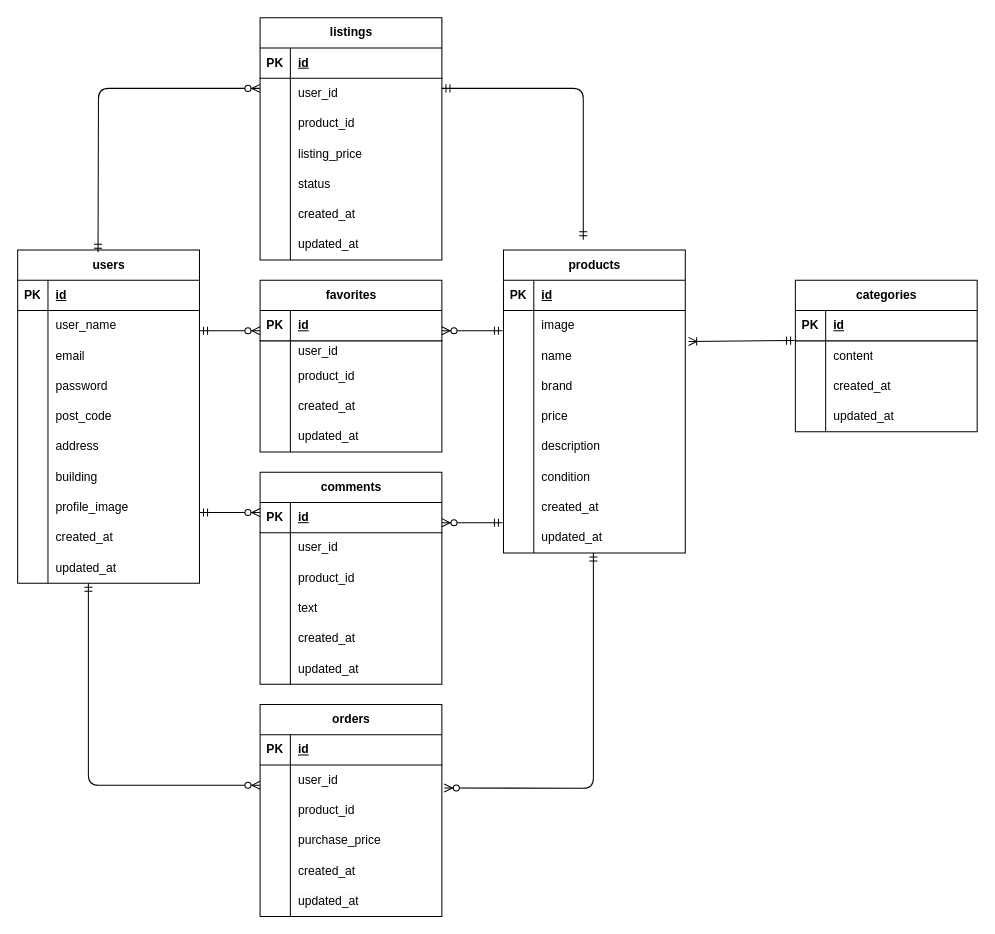
Above: er.drawio in sa-0117/flea-market-app (draw.io), before the change. Source tidied: cells renumbered, new cells numbered last; positions are measured from the earlier drawing's top-left corner, leaving out a move shared by most shapes. Both pictures are drawn from the tidied source at 101%, with x=0, y=0 at pixel (17, 17).
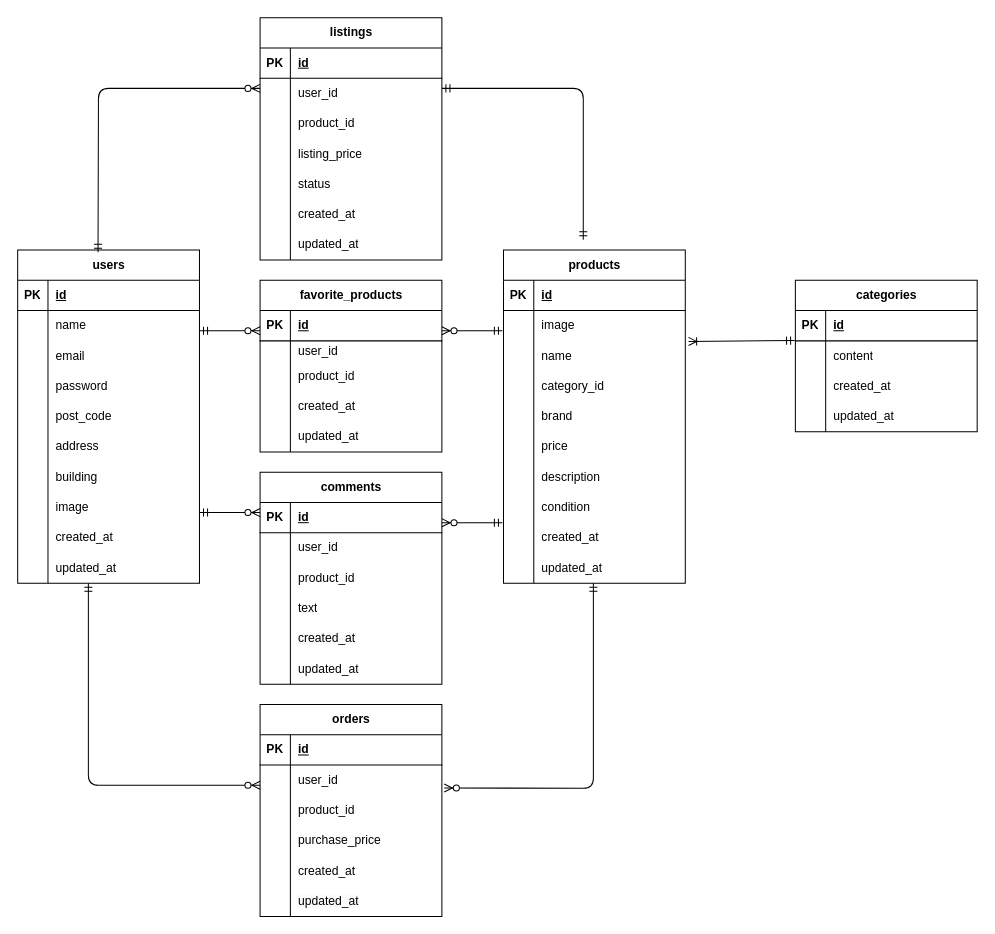
Above is the later version.

The change refers to these unchanged cells:
```xml
<mxCell id="6" style="shape=tableRow;horizontal=0;startSize=0;swimlaneHead=0;swimlaneBody=0;fillColor=none;top=0;left=0;right=0;bottom=0;" parent="2" vertex="1">
  <mxGeometry y="60" width="180" height="30" as="geometry" />
</mxCell>
<mxCell id="24" style="shape=tableRow;horizontal=0;startSize=0;swimlaneHead=0;swimlaneBody=0;fillColor=none;top=0;left=0;right=0;bottom=0;" parent="2" vertex="1">
  <mxGeometry y="240" width="180" height="30" as="geometry" />
</mxCell>
<mxCell id="43" style="shape=tableRow;horizontal=0;startSize=0;swimlaneHead=0;swimlaneBody=0;fillColor=none;top=0;left=0;right=0;bottom=0;" parent="33" vertex="1">
  <mxGeometry y="120" width="180" height="30" as="geometry" />
</mxCell>
<mxCell id="46" style="shape=tableRow;horizontal=0;startSize=0;swimlaneHead=0;swimlaneBody=0;fillColor=none;top=0;left=0;right=0;bottom=0;" parent="33" vertex="1">
  <mxGeometry y="150" width="180" height="30" as="geometry" />
</mxCell>
<mxCell id="49" style="shape=tableRow;horizontal=0;startSize=0;swimlaneHead=0;swimlaneBody=0;fillColor=none;top=0;left=0;right=0;bottom=0;" parent="33" vertex="1">
  <mxGeometry y="180" width="180" height="30" as="geometry" />
</mxCell>
<mxCell id="52" style="shape=tableRow;horizontal=0;startSize=0;swimlaneHead=0;swimlaneBody=0;fillColor=none;top=0;left=0;right=0;bottom=0;" parent="33" vertex="1">
  <mxGeometry y="210" width="180" height="30" as="geometry" />
</mxCell>
<mxCell id="55" style="shape=tableRow;horizontal=0;startSize=0;swimlaneHead=0;swimlaneBody=0;fillColor=none;top=0;left=0;right=0;bottom=0;" parent="33" vertex="1">
  <mxGeometry y="240" width="180" height="30" as="geometry" />
</mxCell>
<mxCell id="58" style="shape=tableRow;horizontal=0;startSize=0;swimlaneHead=0;swimlaneBody=0;fillColor=none;top=0;left=0;right=0;bottom=0;" parent="33" vertex="1">
  <mxGeometry y="270" width="180" height="30" as="geometry" />
</mxCell>
<mxCell id="65" style="shape=tableRow;horizontal=0;startSize=0;swimlaneHead=0;swimlaneBody=0;fillColor=none;points=[[0,0.5],[1,0.5]];portConstraint=eastwest;top=0;left=0;right=0;bottom=0;" parent="61" vertex="1">
  <mxGeometry y="60" width="180" height="30" as="geometry" />
</mxCell>
<mxCell id="68" style="shape=tableRow;horizontal=0;startSize=0;swimlaneHead=0;swimlaneBody=0;fillColor=none;top=0;left=0;right=0;bottom=0;" parent="61" vertex="1">
  <mxGeometry y="90" width="180" height="30" as="geometry" />
</mxCell>
<mxCell id="138" style="shape=tableRow;horizontal=0;startSize=0;swimlaneHead=0;swimlaneBody=0;fillColor=none;top=0;left=0;right=0;bottom=0;" parent="131" vertex="1">
  <mxGeometry y="90" width="180" height="30" as="geometry" />
</mxCell>
```

The edit, as a diff of the source:
```diff
@@
-    <mxCell id="8" value="user_name" style="shape=partialRectangle;fillColor=none;top=0;left=0;bottom=0;right=0;align=left;spacingLeft=6;overflow=hidden;whiteSpace=wrap;html=1;" parent="6" vertex="1">
+    <mxCell id="8" value="name" style="shape=partialRectangle;fillColor=none;top=0;left=0;bottom=0;right=0;align=left;spacingLeft=6;overflow=hidden;whiteSpace=wrap;html=1;" parent="6" vertex="1">
       <mxGeometry x="30" width="150" height="30" as="geometry" />
     </mxCell>
@@
-    <mxCell id="26" value="&lt;span style=&quot;color: rgb(0, 0, 0);&quot;&gt;profile_image&lt;/span&gt;" style="shape=partialRectangle;fillColor=none;top=0;left=0;bottom=0;right=0;align=left;spacingLeft=6;overflow=hidden;whiteSpace=wrap;html=1;" parent="24" vertex="1">
+    <mxCell id="26" value="&lt;span style=&quot;color: rgb(0, 0, 0);&quot;&gt;image&lt;/span&gt;" style="shape=partialRectangle;fillColor=none;top=0;left=0;bottom=0;right=0;align=left;spacingLeft=6;overflow=hidden;whiteSpace=wrap;html=1;" parent="24" vertex="1">
       <mxGeometry x="30" width="150" height="30" as="geometry" />
     </mxCell>
@@
     <mxCell id="33" value="products" style="shape=table;startSize=30;childLayout=tableLayout;rowLines=0;fontStyle=1;align=center;html=1;" parent="1" vertex="1">
-      <mxGeometry x="481" y="230" width="180" height="300" as="geometry" />
+      <mxGeometry x="481" y="230" width="180" height="330" as="geometry" />
     </mxCell>
@@
-    <mxCell id="45" value="&lt;span style=&quot;color: rgb(0, 0, 0);&quot;&gt;brand&lt;/span&gt;" style="shape=partialRectangle;fillColor=none;top=0;left=0;bottom=0;right=0;align=left;spacingLeft=6;overflow=hidden;whiteSpace=wrap;html=1;" parent="43" vertex="1">
+    <mxCell id="45" value="category_id" style="shape=partialRectangle;fillColor=none;top=0;left=0;bottom=0;right=0;align=left;spacingLeft=6;overflow=hidden;whiteSpace=wrap;html=1;" parent="43" vertex="1">
       <mxGeometry x="30" width="150" height="30" as="geometry" />
     </mxCell>
@@
-    <mxCell id="48" value="price" style="shape=partialRectangle;fillColor=none;top=0;left=0;bottom=0;right=0;align=left;spacingLeft=6;overflow=hidden;whiteSpace=wrap;html=1;" parent="46" vertex="1">
+    <mxCell id="48" value="&lt;span style=&quot;color: rgb(0, 0, 0);&quot;&gt;brand&lt;/span&gt;" style="shape=partialRectangle;fillColor=none;top=0;left=0;bottom=0;right=0;align=left;spacingLeft=6;overflow=hidden;whiteSpace=wrap;html=1;" parent="46" vertex="1">
       <mxGeometry x="30" width="150" height="30" as="geometry" />
     </mxCell>
@@
-    <mxCell id="51" value="description" style="shape=partialRectangle;fillColor=none;top=0;left=0;bottom=0;right=0;align=left;spacingLeft=6;overflow=hidden;whiteSpace=wrap;html=1;" parent="49" vertex="1">
+    <mxCell id="51" value="&lt;span style=&quot;color: rgb(0, 0, 0);&quot;&gt;price&lt;/span&gt;" style="shape=partialRectangle;fillColor=none;top=0;left=0;bottom=0;right=0;align=left;spacingLeft=6;overflow=hidden;whiteSpace=wrap;html=1;" parent="49" vertex="1">
       <mxGeometry x="30" width="150" height="30" as="geometry" />
     </mxCell>
@@
-    <mxCell id="54" value="condition" style="shape=partialRectangle;fillColor=none;top=0;left=0;bottom=0;right=0;align=left;spacingLeft=6;overflow=hidden;whiteSpace=wrap;html=1;" parent="52" vertex="1">
+    <mxCell id="54" value="&lt;span style=&quot;color: rgb(0, 0, 0);&quot;&gt;description&lt;/span&gt;" style="shape=partialRectangle;fillColor=none;top=0;left=0;bottom=0;right=0;align=left;spacingLeft=6;overflow=hidden;whiteSpace=wrap;html=1;" parent="52" vertex="1">
       <mxGeometry x="30" width="150" height="30" as="geometry" />
     </mxCell>
@@
-    <mxCell id="57" value="created_at" style="shape=partialRectangle;fillColor=none;top=0;left=0;bottom=0;right=0;align=left;spacingLeft=6;overflow=hidden;whiteSpace=wrap;html=1;" parent="55" vertex="1">
+    <mxCell id="57" value="&lt;span style=&quot;color: rgb(0, 0, 0);&quot;&gt;condition&lt;/span&gt;" style="shape=partialRectangle;fillColor=none;top=0;left=0;bottom=0;right=0;align=left;spacingLeft=6;overflow=hidden;whiteSpace=wrap;html=1;" parent="55" vertex="1">
       <mxGeometry x="30" width="150" height="30" as="geometry" />
     </mxCell>
@@
-    <mxCell id="60" value="updated_at" style="shape=partialRectangle;fillColor=none;top=0;left=0;bottom=0;right=0;align=left;spacingLeft=6;overflow=hidden;whiteSpace=wrap;html=1;" parent="58" vertex="1">
+    <mxCell id="60" value="&lt;span style=&quot;color: rgb(0, 0, 0);&quot;&gt;created_at&lt;/span&gt;" style="shape=partialRectangle;fillColor=none;top=0;left=0;bottom=0;right=0;align=left;spacingLeft=6;overflow=hidden;whiteSpace=wrap;html=1;" parent="58" vertex="1">
       <mxGeometry x="30" width="150" height="30" as="geometry" />
     </mxCell>
+    <mxCell id="159" style="shape=tableRow;horizontal=0;startSize=0;swimlaneHead=0;swimlaneBody=0;fillColor=none;top=0;left=0;right=0;bottom=0;" parent="33" vertex="1">
+      <mxGeometry y="300" width="180" height="30" as="geometry" />
+    </mxCell>
+    <mxCell id="160" style="shape=partialRectangle;fillColor=none;top=0;left=0;bottom=0;right=0;overflow=hidden;whiteSpace=wrap;html=1;" parent="159" vertex="1">
+      <mxGeometry width="30" height="30" as="geometry" />
+    </mxCell>
+    <mxCell id="161" value="&lt;span style=&quot;color: rgb(0, 0, 0);&quot;&gt;updated_at&lt;/span&gt;" style="shape=partialRectangle;fillColor=none;top=0;left=0;bottom=0;right=0;align=left;spacingLeft=6;overflow=hidden;whiteSpace=wrap;html=1;" parent="159" vertex="1">
+      <mxGeometry x="30" width="150" height="30" as="geometry" />
+    </mxCell>
@@
-    <mxCell id="70" value="product_id" style="shape=partialRectangle;fillColor=none;top=0;left=0;bottom=0;right=0;align=left;spacingLeft=6;overflow=hidden;whiteSpace=wrap;html=1;" parent="68" vertex="1">
+    <mxCell id="70" value="&lt;span style=&quot;color: rgb(0, 0, 0);&quot;&gt;product_id&lt;/span&gt;" style="shape=partialRectangle;fillColor=none;top=0;left=0;bottom=0;right=0;align=left;spacingLeft=6;overflow=hidden;whiteSpace=wrap;html=1;" parent="68" vertex="1">
       <mxGeometry x="30" width="150" height="30" as="geometry" />
     </mxCell>
@@
-    <mxCell id="115" value="favorites" style="shape=table;startSize=30;childLayout=tableLayout;rowLines=0;fontStyle=1;align=center;html=1;" parent="1" vertex="1">
+    <mxCell id="115" value="favorite_products" style="shape=table;startSize=30;childLayout=tableLayout;rowLines=0;fontStyle=1;align=center;html=1;" parent="1" vertex="1">
       <mxGeometry x="240" y="260" width="180" height="170" as="geometry" />
     </mxCell>
@@
-    <mxCell id="140" value="product_id" style="shape=partialRectangle;fillColor=none;top=0;left=0;bottom=0;right=0;align=left;spacingLeft=6;overflow=hidden;whiteSpace=wrap;html=1;" parent="138" vertex="1">
+    <mxCell id="140" value="&lt;span style=&quot;color: rgb(0, 0, 0);&quot;&gt;product_id&lt;/span&gt;" style="shape=partialRectangle;fillColor=none;top=0;left=0;bottom=0;right=0;align=left;spacingLeft=6;overflow=hidden;whiteSpace=wrap;html=1;" parent="138" vertex="1">
       <mxGeometry x="30" width="150" height="30" as="geometry" />
     </mxCell>
@@
-    <mxCell id="155" style="fontSize=12;html=1;endArrow=ERzeroToMany;startArrow=ERmandOne;exitX=1.013;exitY=0.756;exitDx=0;exitDy=0;exitPerimeter=0;entryX=1.013;entryY=0.756;entryDx=0;entryDy=0;entryPerimeter=0;" parent="1" edge="1" target="65">
+    <mxCell id="155" style="fontSize=12;html=1;endArrow=ERzeroToMany;startArrow=ERmandOne;entryX=1.013;entryY=0.756;entryDx=0;entryDy=0;entryPerimeter=0;" parent="1" edge="1" target="65">
       <mxGeometry relative="1" as="geometry">
-        <mxPoint x="570" y="530" as="sourcePoint" />
+        <mxPoint x="570" y="560" as="sourcePoint" />
         <Array as="points">
           <mxPoint x="570" y="650" />
           <mxPoint x="570" y="763" />
         </Array>
       </mxGeometry>
     </mxCell>
```
